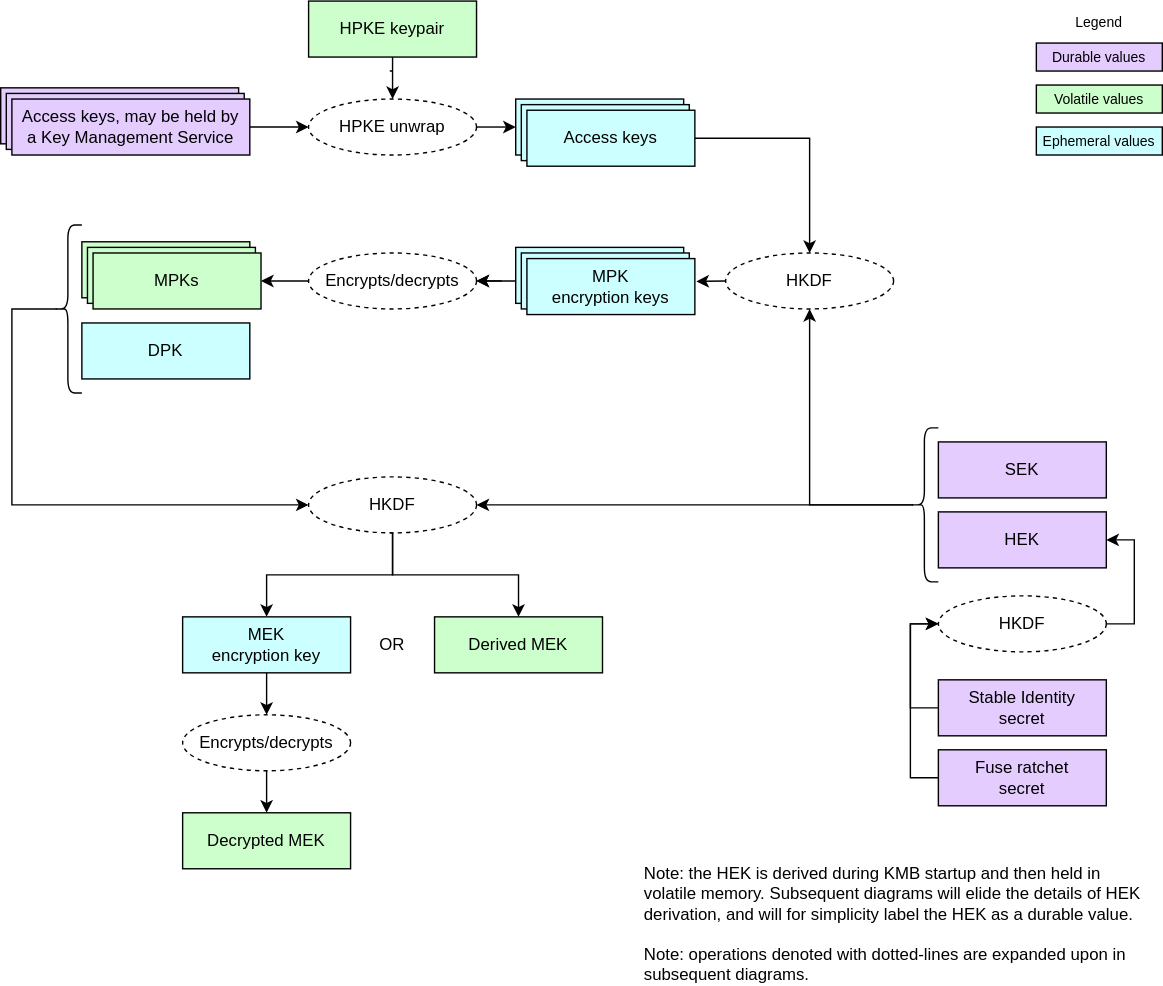
chipsalliance/Caliptra keeps this draw.io diagram as doc/ocp_lock/diagrams/key_hierarchy.drawio.svg. Above is the earlier version. Source tidied: cells renumbered, new cells last; positions are measured from the earlier drawing's top-left corner, leaving out a move shared by most shapes.
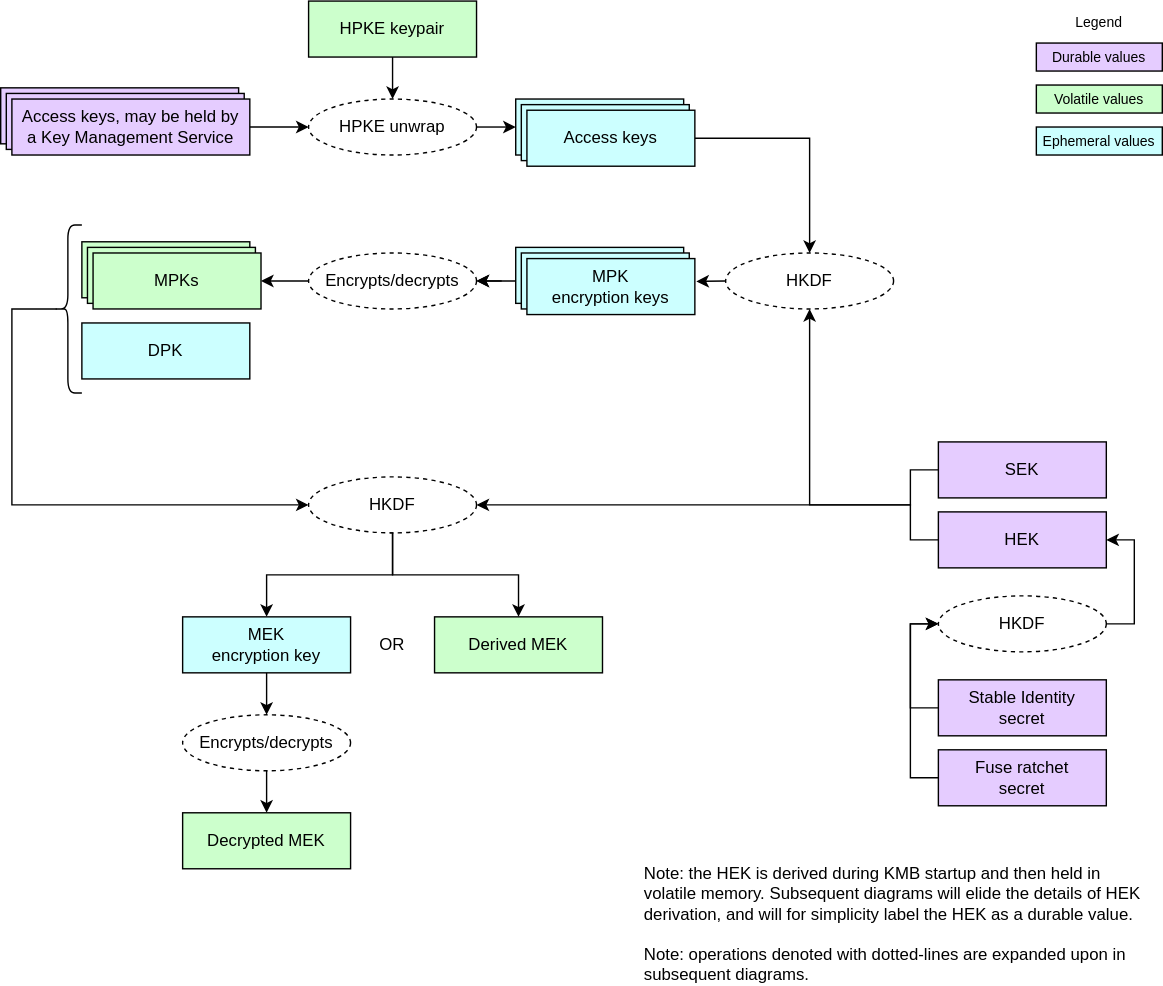
Later version of the same file.

The edit, as a diff of the source:
```diff
@@ -34,9 +34,6 @@
     <mxCell id="11" value="Encrypts/decrypts" style="ellipse;whiteSpace=wrap;html=1;fillColor=#FFFFFF;dashed=1;" parent="1" vertex="1">
       <mxGeometry x="220" y="180" width="120" height="40" as="geometry" />
     </mxCell>
-    <mxCell id="12" style="endArrow=classic;html=1;endSize=6;startSize=6;exitX=0.1;exitY=0.5;exitDx=0;exitDy=0;exitPerimeter=0;edgeStyle=orthogonalEdgeStyle;rounded=0;curved=0;" parent="1" edge="1" source="54" target="10">
-      <mxGeometry relative="1" as="geometry" />
-    </mxCell>
     <mxCell id="13" style="endArrow=classic;html=1;exitX=0;exitY=0.5;exitDx=0;exitDy=0;entryX=1.009;entryY=0.408;entryDx=0;entryDy=0;entryPerimeter=0;endSize=6;startSize=6;" parent="1" edge="1" source="10" target="37">
       <mxGeometry relative="1" as="geometry" />
     </mxCell>
@@ -52,13 +49,8 @@
     <mxCell id="17" value="HPKE unwrap" style="ellipse;whiteSpace=wrap;html=1;fillColor=#FFFFFF;dashed=1;" parent="1" vertex="1">
       <mxGeometry x="220" y="70" width="120" height="40" as="geometry" />
     </mxCell>
-    <mxCell id="18" style="edgeStyle=segmentEdgeStyle;endArrow=classic;html=1;curved=0;rounded=0;endSize=6;startSize=6;exitX=0.5;exitY=1;exitDx=0;exitDy=0;entryX=0.5;entryY=0;entryDx=0;entryDy=0;" parent="1" edge="1" source="16" target="17">
-      <mxGeometry relative="1" as="geometry">
-        <Array as="points">
-          <mxPoint x="278" y="50" />
-          <mxPoint x="278" y="50" />
-        </Array>
-      </mxGeometry>
+    <mxCell id="18" style="endArrow=classic;html=1;rounded=0;endSize=6;startSize=6;exitX=0.5;exitY=1;exitDx=0;exitDy=0;entryX=0.5;entryY=0;entryDx=0;entryDy=0;" parent="1" edge="1" source="16" target="17">
+      <mxGeometry relative="1" as="geometry" />
     </mxCell>
     <mxCell id="19" style="endArrow=classic;html=1;exitX=1;exitY=0.5;exitDx=0;exitDy=0;" parent="1" edge="1" source="17" target="9">
       <mxGeometry relative="1" as="geometry" />
@@ -122,8 +114,13 @@
     <mxCell id="37" value="&lt;div&gt;&lt;font color=&quot;#000000&quot;&gt;MPK&lt;/font&gt;&lt;/div&gt;&lt;div&gt;&lt;font color=&quot;#000000&quot;&gt;encryption keys&lt;/font&gt;&lt;/div&gt;" style="rounded=0;whiteSpace=wrap;html=1;align=center;verticalAlign=middle;shadow=0;glass=0;spacingLeft=0;spacingBottom=0;spacingTop=0;fillColor=#CCFFFF;" parent="1" vertex="1">
       <mxGeometry x="376" y="184" width="120" height="40" as="geometry" />
     </mxCell>
-    <mxCell id="38" style="endArrow=classic;html=1;endSize=6;startSize=6;entryX=1;entryY=0.5;entryDx=0;entryDy=0;exitX=0.1;exitY=0.5;exitDx=0;exitDy=0;exitPerimeter=0;" parent="1" edge="1" source="54" target="29">
-      <mxGeometry relative="1" as="geometry" />
+    <mxCell id="38" style="endArrow=classic;html=1;endSize=6;startSize=6;entryX=1;entryY=0.5;entryDx=0;entryDy=0;exitX=0;exitY=0.5;exitDx=0;exitDy=0;edgeStyle=orthogonalEdgeStyle;rounded=0;curved=0;" parent="1" edge="1" source="53" target="29">
+      <mxGeometry relative="1" as="geometry">
+        <Array as="points">
+          <mxPoint x="650" y="385" />
+          <mxPoint x="650" y="360" />
+        </Array>
+      </mxGeometry>
     </mxCell>
     <mxCell id="39" value="&lt;div&gt;&lt;font color=&quot;#000000&quot;&gt;Stable Identity&lt;/font&gt;&lt;/div&gt;&lt;div&gt;&lt;font color=&quot;#000000&quot;&gt;secret&lt;/font&gt;&lt;/div&gt;" style="rounded=0;whiteSpace=wrap;html=1;align=center;verticalAlign=middle;shadow=0;glass=0;spacingLeft=0;spacingBottom=0;spacingTop=0;fillColor=#E5CCFF;" parent="1" vertex="1">
       <mxGeometry x="670" y="485" width="120" height="40" as="geometry" />
@@ -192,8 +189,14 @@
     <mxCell id="53" value="&lt;div&gt;&lt;font color=&quot;#000000&quot;&gt;HEK&lt;/font&gt;&lt;/div&gt;" style="rounded=0;whiteSpace=wrap;html=1;align=center;verticalAlign=middle;shadow=0;glass=0;spacingLeft=0;spacingBottom=0;spacingTop=0;fillColor=#E5CCFF;" parent="1" vertex="1">
       <mxGeometry x="670" y="365" width="120" height="40" as="geometry" />
     </mxCell>
-    <mxCell id="54" style="shape=curlyBracket;whiteSpace=wrap;html=1;rounded=1;labelPosition=left;verticalLabelPosition=middle;align=right;verticalAlign=middle;" parent="1" vertex="1">
-      <mxGeometry x="650" y="305" width="20" height="110" as="geometry" />
+    <mxCell id="54" style="endArrow=classic;html=1;endSize=6;startSize=6;entryX=0.5;entryY=1;entryDx=0;entryDy=0;exitX=0;exitY=0.5;exitDx=0;exitDy=0;edgeStyle=orthogonalEdgeStyle;rounded=0;curved=0;" parent="1" edge="1" source="6" target="10">
+      <mxGeometry relative="1" as="geometry">
+        <Array as="points">
+          <mxPoint x="650" y="335" />
+          <mxPoint x="650" y="360" />
+          <mxPoint x="578" y="360" />
+        </Array>
+      </mxGeometry>
     </mxCell>
   </root>
 </mxGraphModel>
```
